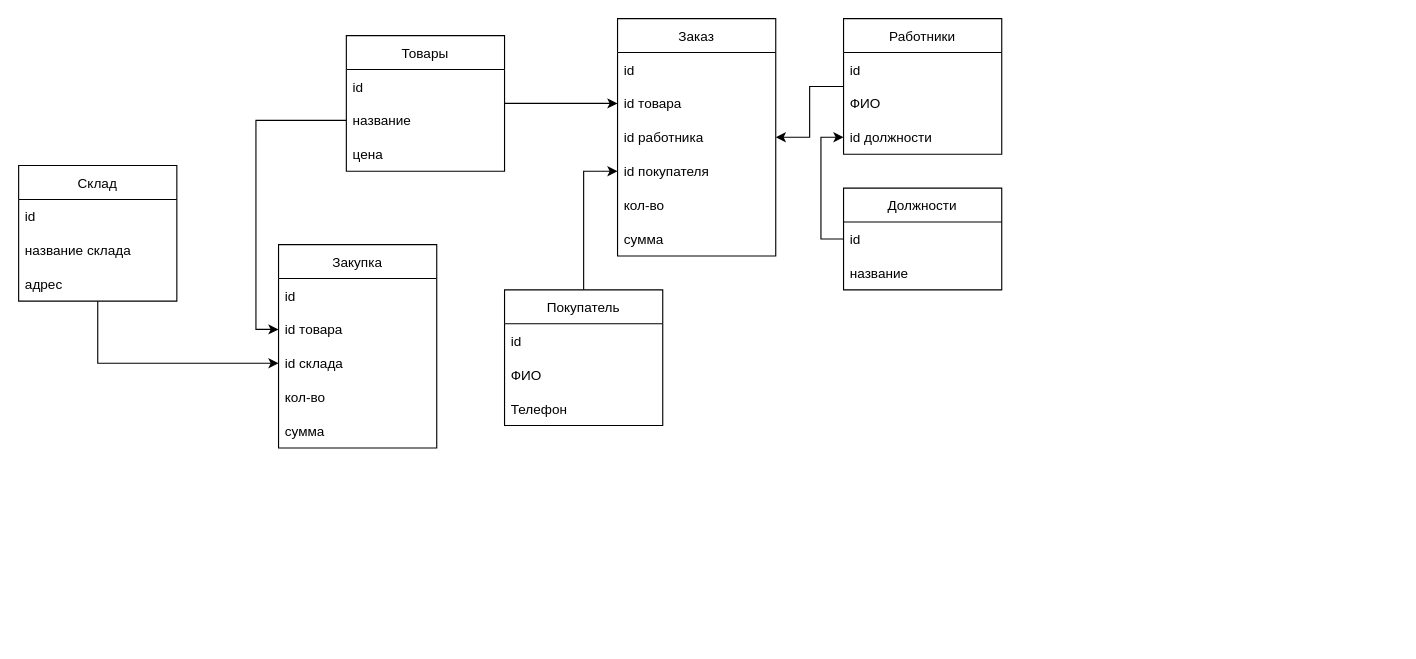
The draw.io diagram Untitled Diagram.drawio in G-genius/shopAPI_ANIMALS, before the edit. Source tidied: cells renumbered, new cells numbered last; positions are measured from the earlier drawing's top-left corner, leaving out a move shared by most shapes. Both pictures are drawn from the tidied source at 113%, with x=0, y=0 at pixel (18, 18).
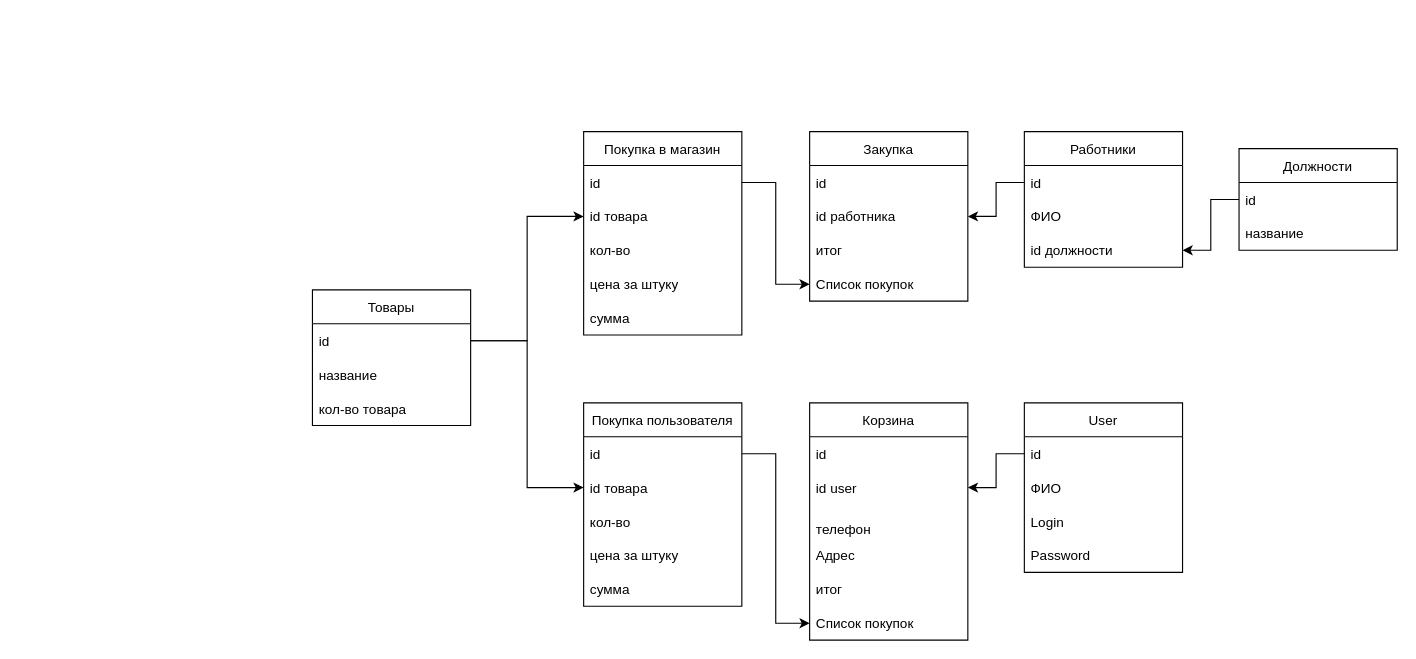
After the change.

Unchanged cells that the change refers to:
```xml
<mxCell id="3" value="id" style="text;strokeColor=none;fillColor=none;align=left;verticalAlign=middle;spacingLeft=4;spacingRight=4;overflow=hidden;points=[[0,0.5],[1,0.5]];portConstraint=eastwest;" parent="2" vertex="1">
  <mxGeometry y="30" width="140" height="30" as="geometry" />
</mxCell>
<mxCell id="4" value="id товара" style="text;strokeColor=none;fillColor=none;align=left;verticalAlign=middle;spacingLeft=4;spacingRight=4;overflow=hidden;points=[[0,0.5],[1,0.5]];portConstraint=eastwest;" parent="2" vertex="1">
  <mxGeometry y="60" width="140" height="30" as="geometry" />
</mxCell>
<mxCell id="11" value="id" style="text;strokeColor=none;fillColor=none;align=left;verticalAlign=middle;spacingLeft=4;spacingRight=4;overflow=hidden;points=[[0,0.5],[1,0.5]];portConstraint=eastwest;" parent="10" vertex="1">
  <mxGeometry y="30" width="140" height="30" as="geometry" />
</mxCell>
<mxCell id="12" value="название" style="text;strokeColor=none;fillColor=none;align=left;verticalAlign=middle;spacingLeft=4;spacingRight=4;overflow=hidden;points=[[0,0.5],[1,0.5]];portConstraint=eastwest;" parent="10" vertex="1">
  <mxGeometry y="60" width="140" height="30" as="geometry" />
</mxCell>
<mxCell id="16" value="id" style="text;strokeColor=none;fillColor=none;align=left;verticalAlign=middle;spacingLeft=4;spacingRight=4;overflow=hidden;points=[[0,0.5],[1,0.5]];portConstraint=eastwest;" parent="15" vertex="1">
  <mxGeometry y="30" width="140" height="30" as="geometry" />
</mxCell>
<mxCell id="27" value="id" style="text;strokeColor=none;fillColor=none;align=left;verticalAlign=middle;spacingLeft=4;spacingRight=4;overflow=hidden;points=[[0,0.5],[1,0.5]];portConstraint=eastwest;" parent="26" vertex="1">
  <mxGeometry y="30" width="140" height="30" as="geometry" />
</mxCell>
<mxCell id="29" value="id должности" style="text;strokeColor=none;fillColor=none;align=left;verticalAlign=middle;spacingLeft=4;spacingRight=4;overflow=hidden;points=[[0,0.5],[1,0.5]];portConstraint=eastwest;" parent="26" vertex="1">
  <mxGeometry y="90" width="140" height="30" as="geometry" />
</mxCell>
<mxCell id="36" value="id" style="text;strokeColor=none;fillColor=none;align=left;verticalAlign=middle;spacingLeft=4;spacingRight=4;overflow=hidden;points=[[0,0.5],[1,0.5]];portConstraint=eastwest;" parent="35" vertex="1">
  <mxGeometry y="30" width="140" height="30" as="geometry" />
</mxCell>
```

Change to the diagram source:
```diff
@@
-    <mxCell id="2" value="Заказ" style="swimlane;fontStyle=0;horizontal=1;startSize=30;" parent="1" vertex="1">
-      <mxGeometry x="530" width="140" height="210" as="geometry" />
+    <mxCell id="2" value="Покупка пользователя" style="swimlane;fontStyle=0;horizontal=1;startSize=30;" parent="1" vertex="1">
+      <mxGeometry x="500" y="340" width="140" height="180" as="geometry" />
     </mxCell>
@@
-    <mxCell id="5" value="id работника" style="text;strokeColor=none;fillColor=none;align=left;verticalAlign=middle;spacingLeft=4;spacingRight=4;overflow=hidden;points=[[0,0.5],[1,0.5]];portConstraint=eastwest;" parent="2" vertex="1">
-      <mxGeometry y="90" width="140" height="30" as="geometry" />
-    </mxCell>
-    <mxCell id="6" value="id покупателя" style="text;strokeColor=none;fillColor=none;align=left;verticalAlign=middle;spacingLeft=4;spacingRight=4;overflow=hidden;points=[[0,0.5],[1,0.5]];portConstraint=eastwest;" parent="2" vertex="1">
-      <mxGeometry y="120" width="140" height="30" as="geometry" />
-    </mxCell>
     <mxCell id="7" value="кол-во" style="text;strokeColor=none;fillColor=none;align=left;verticalAlign=middle;spacingLeft=4;spacingRight=4;overflow=hidden;" parent="2" vertex="1">
-      <mxGeometry y="150" width="140" height="30" as="geometry" />
+      <mxGeometry y="90" width="140" height="30" as="geometry" />
     </mxCell>
+    <mxCell id="13" value="цена за штуку" style="text;strokeColor=none;fillColor=none;align=left;verticalAlign=middle;spacingLeft=4;spacingRight=4;overflow=hidden;" parent="2" vertex="1">
+      <mxGeometry y="120" width="140" height="30" as="geometry" />
+    </mxCell>
     <mxCell id="8" value="сумма" style="text;strokeColor=none;fillColor=none;align=left;verticalAlign=middle;spacingLeft=4;spacingRight=4;overflow=hidden;" parent="2" vertex="1">
-      <mxGeometry y="180" width="140" height="30" as="geometry" />
+      <mxGeometry y="150" width="140" height="30" as="geometry" />
     </mxCell>
-    <mxCell id="9" style="edgeStyle=orthogonalEdgeStyle;rounded=0;jettySize=auto;html=1;entryX=0;entryY=0.5;entryDx=0;entryDy=0;" parent="1" edge="1" source="10" target="4">
-      <mxGeometry relative="1" as="geometry" />
-    </mxCell>
     <mxCell id="10" value="Товары" style="swimlane;fontStyle=0;horizontal=1;startSize=30;" parent="1" vertex="1">
-      <mxGeometry x="290" y="15" width="140" height="120" as="geometry" />
+      <mxGeometry x="260" y="240" width="140" height="120" as="geometry" />
     </mxCell>
@@
-    <mxCell id="13" value="цена" style="text;strokeColor=none;fillColor=none;align=left;verticalAlign=middle;spacingLeft=4;spacingRight=4;overflow=hidden;" parent="10" vertex="1">
-      <mxGeometry y="90" width="140" height="30" as="geometry" />
-    </mxCell>
-    <mxCell id="14" style="edgeStyle=orthogonalEdgeStyle;rounded=0;jettySize=auto;html=1;entryX=0;entryY=0.5;entryDx=0;entryDy=0;" parent="1" edge="1" source="15" target="6">
-      <mxGeometry relative="1" as="geometry" />
-    </mxCell>
+    <mxCell id="40" value="кол-во товара" style="text;strokeColor=none;fillColor=none;align=left;verticalAlign=middle;spacingLeft=4;spacingRight=4;overflow=hidden;" parent="10" vertex="1">
+      <mxGeometry y="90" width="140" height="30" as="geometry" />
+    </mxCell>
-    <mxCell id="15" value="Покупатель" style="swimlane;fontStyle=0;horizontal=1;startSize=30;" parent="1" vertex="1">
-      <mxGeometry x="430" y="240" width="140" height="120" as="geometry" />
+    <mxCell id="15" value="User" style="swimlane;fontStyle=0;horizontal=1;startSize=30;" parent="1" vertex="1">
+      <mxGeometry x="890" y="340" width="140" height="150" as="geometry" />
     </mxCell>
@@
-    <mxCell id="18" value="Телефон" style="text;strokeColor=none;fillColor=none;align=left;verticalAlign=middle;spacingLeft=4;spacingRight=4;overflow=hidden;" parent="15" vertex="1">
+    <mxCell id="18" value="Login" style="text;strokeColor=none;fillColor=none;align=left;verticalAlign=middle;spacingLeft=4;spacingRight=4;overflow=hidden;" parent="15" vertex="1">
       <mxGeometry y="90" width="140" height="30" as="geometry" />
     </mxCell>
-    <mxCell id="19" value="Закупка" style="swimlane;fontStyle=0;horizontal=1;startSize=30;" parent="1" vertex="1">
-      <mxGeometry x="230" y="200" width="140" height="180" as="geometry" />
-    </mxCell>
-    <mxCell id="20" value="id" style="text;strokeColor=none;fillColor=none;align=left;verticalAlign=middle;spacingLeft=4;spacingRight=4;overflow=hidden;" parent="19" vertex="1">
-      <mxGeometry y="30" width="140" height="30" as="geometry" />
-    </mxCell>
-    <mxCell id="21" value="id товара" style="text;strokeColor=none;fillColor=none;align=left;verticalAlign=middle;spacingLeft=4;spacingRight=4;overflow=hidden;points=[[0,0.5],[1,0.5]];portConstraint=eastwest;" parent="19" vertex="1">
-      <mxGeometry y="60" width="140" height="30" as="geometry" />
-    </mxCell>
-    <mxCell id="22" value="id склада" style="text;strokeColor=none;fillColor=none;align=left;verticalAlign=middle;spacingLeft=4;spacingRight=4;overflow=hidden;points=[[0,0.5],[1,0.5]];portConstraint=eastwest;" parent="19" vertex="1">
-      <mxGeometry y="90" width="140" height="30" as="geometry" />
-    </mxCell>
-    <mxCell id="23" value="кол-во" style="text;strokeColor=none;fillColor=none;align=left;verticalAlign=middle;spacingLeft=4;spacingRight=4;overflow=hidden;" parent="19" vertex="1">
-      <mxGeometry y="120" width="140" height="30" as="geometry" />
-    </mxCell>
-    <mxCell id="24" value="сумма" style="text;strokeColor=none;fillColor=none;align=left;verticalAlign=middle;spacingLeft=4;spacingRight=4;overflow=hidden;" parent="19" vertex="1">
-      <mxGeometry y="150" width="140" height="30" as="geometry" />
-    </mxCell>
-    <mxCell id="25" style="edgeStyle=orthogonalEdgeStyle;rounded=0;jettySize=auto;html=1;entryX=1;entryY=0.5;entryDx=0;entryDy=0;" parent="1" edge="1" source="26" target="5">
-      <mxGeometry relative="1" as="geometry" />
-    </mxCell>
+    <mxCell id="41" value="Password" style="text;strokeColor=none;fillColor=none;align=left;verticalAlign=middle;spacingLeft=4;spacingRight=4;overflow=hidden;" parent="15" vertex="1">
+      <mxGeometry y="120" width="140" height="30" as="geometry" />
+    </mxCell>
     <mxCell id="26" value="Работники" style="swimlane;fontStyle=0;horizontal=1;startSize=30;" parent="1" vertex="1">
-      <mxGeometry x="730" width="140" height="120" as="geometry" />
+      <mxGeometry x="890" y="100" width="140" height="120" as="geometry" />
     </mxCell>
@@
-    <mxCell id="30" style="edgeStyle=orthogonalEdgeStyle;rounded=0;jettySize=auto;html=1;entryX=0;entryY=0.5;entryDx=0;entryDy=0;" parent="1" edge="1" source="31" target="22">
-      <mxGeometry relative="1" as="geometry" />
-    </mxCell>
-    <mxCell id="31" value="Склад" style="swimlane;fontStyle=0;horizontal=1;startSize=30;" parent="1" vertex="1">
-      <mxGeometry y="130" width="140" height="120" as="geometry" />
-    </mxCell>
-    <mxCell id="32" value="id" style="text;strokeColor=none;fillColor=none;align=left;verticalAlign=middle;spacingLeft=4;spacingRight=4;overflow=hidden;" parent="31" vertex="1">
-      <mxGeometry y="30" width="140" height="30" as="geometry" />
-    </mxCell>
-    <mxCell id="33" value="название склада" style="text;strokeColor=none;fillColor=none;align=left;verticalAlign=middle;spacingLeft=4;spacingRight=4;overflow=hidden;" parent="31" vertex="1">
-      <mxGeometry y="60" width="140" height="30" as="geometry" />
-    </mxCell>
-    <mxCell id="34" value="адрес" style="text;strokeColor=none;fillColor=none;align=left;verticalAlign=middle;spacingLeft=4;spacingRight=4;overflow=hidden;" parent="31" vertex="1">
-      <mxGeometry y="90" width="140" height="30" as="geometry" />
-    </mxCell>
     <mxCell id="35" value="Должности" style="swimlane;fontStyle=0;horizontal=1;startSize=30;" parent="1" vertex="1">
-      <mxGeometry x="730" y="150" width="140" height="90" as="geometry" />
+      <mxGeometry x="1080" y="115" width="140" height="90" as="geometry" />
     </mxCell>
@@
+    <mxCell id="42" value="Корзина" style="swimlane;fontStyle=0;horizontal=1;startSize=30;" parent="1" vertex="1">
+      <mxGeometry x="700" y="340" width="140" height="210" as="geometry" />
+    </mxCell>
+    <mxCell id="43" value="id" style="text;strokeColor=none;fillColor=none;align=left;verticalAlign=middle;spacingLeft=4;spacingRight=4;overflow=hidden;" parent="42" vertex="1">
+      <mxGeometry y="30" width="140" height="30" as="geometry" />
+    </mxCell>
+    <mxCell id="44" value="id user" style="text;strokeColor=none;fillColor=none;align=left;verticalAlign=middle;spacingLeft=4;spacingRight=4;overflow=hidden;points=[[0,0.5],[1,0.5]];portConstraint=eastwest;" parent="42" vertex="1">
+      <mxGeometry y="60" width="140" height="30" as="geometry" />
+    </mxCell>
+    <mxCell id="45" value="&#10;телефон" style="text;strokeColor=none;fillColor=none;align=left;verticalAlign=middle;spacingLeft=4;spacingRight=4;overflow=hidden;" parent="42" vertex="1">
+      <mxGeometry y="90" width="140" height="30" as="geometry" />
+    </mxCell>
+    <mxCell id="46" value="Адрес" style="text;strokeColor=none;fillColor=none;align=left;verticalAlign=middle;spacingLeft=4;spacingRight=4;overflow=hidden;" parent="42" vertex="1">
+      <mxGeometry y="120" width="140" height="30" as="geometry" />
+    </mxCell>
+    <mxCell id="47" value="итог" style="text;strokeColor=none;fillColor=none;align=left;verticalAlign=middle;spacingLeft=4;spacingRight=4;overflow=hidden;" parent="42" vertex="1">
+      <mxGeometry y="150" width="140" height="30" as="geometry" />
+    </mxCell>
+    <mxCell id="48" value="Список покупок" style="text;strokeColor=none;fillColor=none;align=left;verticalAlign=middle;spacingLeft=4;spacingRight=4;overflow=hidden;points=[[0,0.5],[1,0.5]];portConstraint=eastwest;" parent="42" vertex="1">
+      <mxGeometry y="180" width="140" height="30" as="geometry" />
+    </mxCell>
+    <mxCell id="19" value="Закупка" style="swimlane;fontStyle=0;horizontal=1;startSize=30;" parent="1" vertex="1">
+      <mxGeometry x="700" y="100" width="140" height="150" as="geometry" />
+    </mxCell>
+    <mxCell id="49" value="id" style="text;strokeColor=none;fillColor=none;align=left;verticalAlign=middle;spacingLeft=4;spacingRight=4;overflow=hidden;" parent="19" vertex="1">
+      <mxGeometry y="30" width="140" height="30" as="geometry" />
+    </mxCell>
+    <mxCell id="5" value="id работника" style="text;strokeColor=none;fillColor=none;align=left;verticalAlign=middle;spacingLeft=4;spacingRight=4;overflow=hidden;points=[[0,0.5],[1,0.5]];portConstraint=eastwest;" parent="19" vertex="1">
+      <mxGeometry y="60" width="140" height="30" as="geometry" />
+    </mxCell>
+    <mxCell id="50" value="итог" style="text;strokeColor=none;fillColor=none;align=left;verticalAlign=middle;spacingLeft=4;spacingRight=4;overflow=hidden;" parent="19" vertex="1">
+      <mxGeometry y="90" width="140" height="30" as="geometry" />
+    </mxCell>
+    <mxCell id="51" value="Список покупок" style="text;strokeColor=none;fillColor=none;align=left;verticalAlign=middle;spacingLeft=4;spacingRight=4;overflow=hidden;points=[[0,0.5],[1,0.5]];portConstraint=eastwest;" parent="19" vertex="1">
+      <mxGeometry y="120" width="140" height="30" as="geometry" />
+    </mxCell>
+    <mxCell id="52" style="edgeStyle=orthogonalEdgeStyle;rounded=0;jettySize=auto;html=1;exitX=1;exitY=0.5;exitDx=0;exitDy=0;entryX=0;entryY=0.5;entryDx=0;entryDy=0;" parent="1" edge="1" source="11" target="4">
+      <mxGeometry relative="1" as="geometry" />
+    </mxCell>
+    <mxCell id="53" style="edgeStyle=orthogonalEdgeStyle;rounded=0;jettySize=auto;html=1;exitX=1;exitY=0.5;exitDx=0;exitDy=0;entryX=0;entryY=0.5;entryDx=0;entryDy=0;" parent="1" edge="1" source="3" target="48">
+      <mxGeometry relative="1" as="geometry">
+        <Array as="points">
+          <mxPoint x="670" y="385" />
+          <mxPoint x="670" y="535" />
+        </Array>
+      </mxGeometry>
+    </mxCell>
+    <mxCell id="54" style="edgeStyle=orthogonalEdgeStyle;rounded=0;jettySize=auto;html=1;exitX=0;exitY=0.5;exitDx=0;exitDy=0;" parent="1" edge="1" source="16" target="44">
+      <mxGeometry relative="1" as="geometry" />
+    </mxCell>
+    <mxCell id="55" style="edgeStyle=orthogonalEdgeStyle;rounded=0;jettySize=auto;html=1;exitX=0;exitY=0.5;exitDx=0;exitDy=0;" parent="1" edge="1" source="27" target="5">
+      <mxGeometry relative="1" as="geometry" />
+    </mxCell>
+    <mxCell id="56" value="Покупка в магазин" style="swimlane;fontStyle=0;horizontal=1;startSize=30;" parent="1" vertex="1">
+      <mxGeometry x="500" y="100" width="140" height="180" as="geometry" />
+    </mxCell>
+    <mxCell id="57" value="id" style="text;strokeColor=none;fillColor=none;align=left;verticalAlign=middle;spacingLeft=4;spacingRight=4;overflow=hidden;points=[[0,0.5],[1,0.5]];portConstraint=eastwest;" parent="56" vertex="1">
+      <mxGeometry y="30" width="140" height="30" as="geometry" />
+    </mxCell>
+    <mxCell id="21" value="id товара" style="text;strokeColor=none;fillColor=none;align=left;verticalAlign=middle;spacingLeft=4;spacingRight=4;overflow=hidden;points=[[0,0.5],[1,0.5]];portConstraint=eastwest;" parent="56" vertex="1">
+      <mxGeometry y="60" width="140" height="30" as="geometry" />
+    </mxCell>
+    <mxCell id="23" value="кол-во" style="text;strokeColor=none;fillColor=none;align=left;verticalAlign=middle;spacingLeft=4;spacingRight=4;overflow=hidden;" parent="56" vertex="1">
+      <mxGeometry y="90" width="140" height="30" as="geometry" />
+    </mxCell>
+    <mxCell id="58" value="цена за штуку" style="text;strokeColor=none;fillColor=none;align=left;verticalAlign=middle;spacingLeft=4;spacingRight=4;overflow=hidden;" parent="56" vertex="1">
+      <mxGeometry y="120" width="140" height="30" as="geometry" />
+    </mxCell>
+    <mxCell id="24" value="сумма" style="text;strokeColor=none;fillColor=none;align=left;verticalAlign=middle;spacingLeft=4;spacingRight=4;overflow=hidden;" parent="56" vertex="1">
+      <mxGeometry y="150" width="140" height="30" as="geometry" />
+    </mxCell>
+    <mxCell id="59" style="edgeStyle=orthogonalEdgeStyle;rounded=0;jettySize=auto;html=1;exitX=1;exitY=0.5;exitDx=0;exitDy=0;entryX=0;entryY=0.5;entryDx=0;entryDy=0;" parent="1" edge="1" source="57" target="51">
+      <mxGeometry relative="1" as="geometry" />
+    </mxCell>
+    <mxCell id="60" style="edgeStyle=orthogonalEdgeStyle;rounded=0;jettySize=auto;html=1;exitX=1;exitY=0.5;exitDx=0;exitDy=0;" parent="1" edge="1" source="11" target="21">
+      <mxGeometry relative="1" as="geometry" />
+    </mxCell>
-    <mxCell id="38" style="edgeStyle=orthogonalEdgeStyle;rounded=0;jettySize=auto;html=1;entryX=0;entryY=0.5;entryDx=0;entryDy=0;" parent="1" edge="1" source="36" target="29">
+    <mxCell id="38" style="edgeStyle=orthogonalEdgeStyle;rounded=0;jettySize=auto;html=1;exitX=0;exitY=0.5;exitDx=0;exitDy=0;" parent="1" edge="1" source="36" target="29">
       <mxGeometry relative="1" as="geometry" />
     </mxCell>
-    <mxCell id="39" style="edgeStyle=orthogonalEdgeStyle;rounded=0;jettySize=auto;html=1;entryX=0;entryY=0.5;entryDx=0;entryDy=0;" parent="1" edge="1" source="12" target="21">
-      <mxGeometry relative="1" as="geometry" />
-    </mxCell>
```
